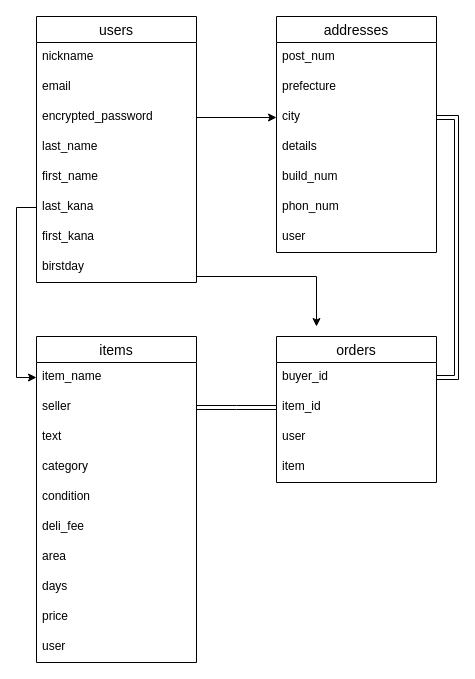
Before: data.dio in miyamoto-yoshiki/furima-31734, a draw.io diagram. Source tidied: cells renumbered, new cells numbered last; positions are measured from the earlier drawing's top-left corner, leaving out a move shared by most shapes. Both pictures are drawn from the tidied source at 100%, with x=0, y=0 at pixel (16, 16).
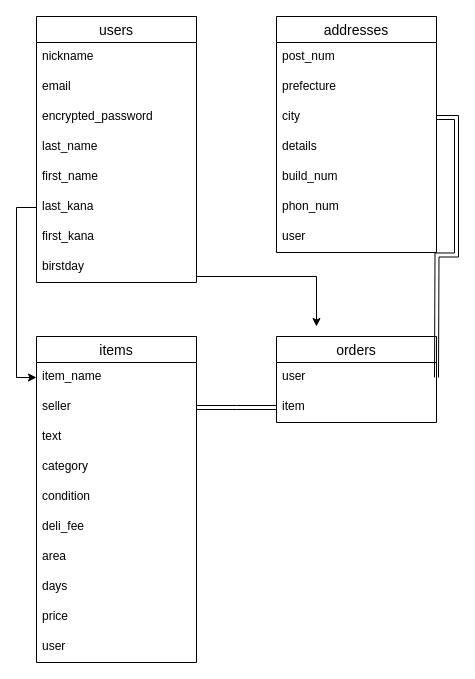
After the change.

Commit message (it also covers changes not shown here):
外部キー制約の記述を修正

The change refers to these unchanged cells:
```xml
<mxCell id="22" value="encrypted_password" style="text;strokeColor=none;fillColor=none;spacingLeft=4;spacingRight=4;overflow=hidden;points=[[0,0.5],[1,0.5]];portConstraint=eastwest;fontSize=12;" parent="19" vertex="1">
  <mxGeometry y="86" width="160" height="30" as="geometry" />
</mxCell>
<mxCell id="33" value="city" style="text;strokeColor=none;fillColor=none;spacingLeft=4;spacingRight=4;overflow=hidden;points=[[0,0.5],[1,0.5]];portConstraint=eastwest;fontSize=12;" parent="30" vertex="1">
  <mxGeometry y="86" width="160" height="30" as="geometry" />
</mxCell>
```

Diff of the diagram source:
```diff
@@
     <mxCell id="2" value="orders" style="swimlane;fontStyle=0;horizontal=1;startSize=26;align=center;fontSize=14;" parent="1" vertex="1">
-      <mxGeometry x="260" y="320" width="160" height="146" as="geometry" />
+      <mxGeometry x="260" y="320" width="160" height="86" as="geometry" />
     </mxCell>
-    <mxCell id="3" value="buyer_id" style="text;strokeColor=none;fillColor=none;spacingLeft=4;spacingRight=4;overflow=hidden;points=[[0,0.5],[1,0.5]];portConstraint=eastwest;fontSize=12;" parent="2" vertex="1">
-      <mxGeometry y="26" width="160" height="30" as="geometry" />
-    </mxCell>
-    <mxCell id="4" value="item_id" style="text;strokeColor=none;fillColor=none;spacingLeft=4;spacingRight=4;overflow=hidden;fontSize=12;" parent="2" vertex="1">
-      <mxGeometry y="56" width="160" height="30" as="geometry" />
-    </mxCell>
     <mxCell id="5" value="user" style="text;strokeColor=none;fillColor=none;spacingLeft=4;spacingRight=4;overflow=hidden;fontSize=12;" parent="2" vertex="1">
-      <mxGeometry y="86" width="160" height="30" as="geometry" />
+      <mxGeometry y="26" width="160" height="30" as="geometry" />
     </mxCell>
     <mxCell id="6" value="item" style="text;strokeColor=none;fillColor=none;spacingLeft=4;spacingRight=4;overflow=hidden;fontSize=12;" parent="2" vertex="1">
-      <mxGeometry y="116" width="160" height="30" as="geometry" />
+      <mxGeometry y="56" width="160" height="30" as="geometry" />
     </mxCell>
@@
-    <mxCell id="38" style="edgeStyle=orthogonalEdgeStyle;rounded=0;jettySize=auto;html=1;exitX=1;exitY=0.5;exitDx=0;exitDy=0;entryX=0;entryY=0.5;entryDx=0;entryDy=0;" parent="1" edge="1" source="22" target="33">
-      <mxGeometry relative="1" as="geometry" />
-    </mxCell>
-    <mxCell id="39" style="edgeStyle=orthogonalEdgeStyle;shape=link;rounded=0;jettySize=auto;html=1;exitX=1;exitY=0.5;exitDx=0;exitDy=0;entryX=1;entryY=0.5;entryDx=0;entryDy=0;" parent="1" edge="1" source="33" target="3">
-      <mxGeometry relative="1" as="geometry" />
+    <mxCell id="39" style="edgeStyle=orthogonalEdgeStyle;shape=link;rounded=0;jettySize=auto;html=1;exitX=1;exitY=0.5;exitDx=0;exitDy=0;entryX=1;entryY=0.5;entryDx=0;entryDy=0;" parent="1" edge="1" source="33">
+      <mxGeometry relative="1" as="geometry">
+        <mxPoint x="420" y="361" as="targetPoint" />
+      </mxGeometry>
     </mxCell>
```
